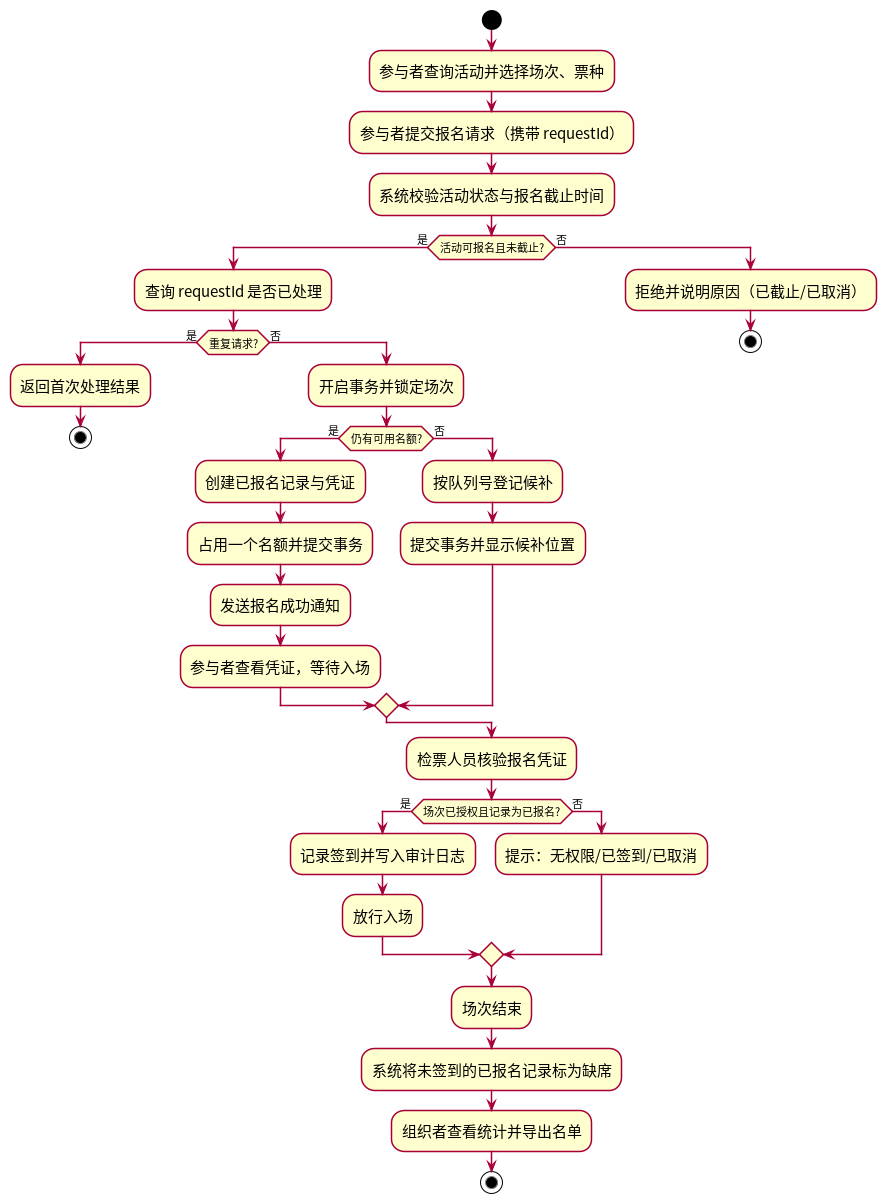
The PlantUML diagram UML/UML活动图.png in kkksc114/Software_Engineering_Lab, before a commit. Source of this version:
```plantuml
@startuml
skinparamlocked dpi 96
skinparam defaultFontName "Noto Sans CJK SC"
skinparam activityFontSize 15
skinparam shadowing false

start
:参与者查询活动并选择场次、票种;
:参与者提交报名请求（携带 requestId）;
:系统校验活动状态与报名截止时间;
if (活动可报名且未截止?) then (是)
  :查询 requestId 是否已处理;
  if (重复请求?) then (是)
    :返回首次处理结果;
    stop
  else (否)
    :开启事务并锁定场次;
    if (仍有可用名额?) then (是)
      :创建已报名记录与凭证;
      :占用一个名额并提交事务;
      :发送报名成功通知;
      :参与者查看凭证，等待入场;
    else (否)
      :按队列号登记候补;
      :提交事务并显示候补位置;
    endif
  endif
else (否)
  :拒绝并说明原因（已截止/已取消）;
  stop
endif
:检票人员核验报名凭证;
if (场次已授权且记录为已报名?) then (是)
  :记录签到并写入审计日志;
  :放行入场;
else (否)
  :提示：无权限/已签到/已取消;
endif
:场次结束;
:系统将未签到的已报名记录标为缺席;
:组织者查看统计并导出名单;
stop
@enduml
```
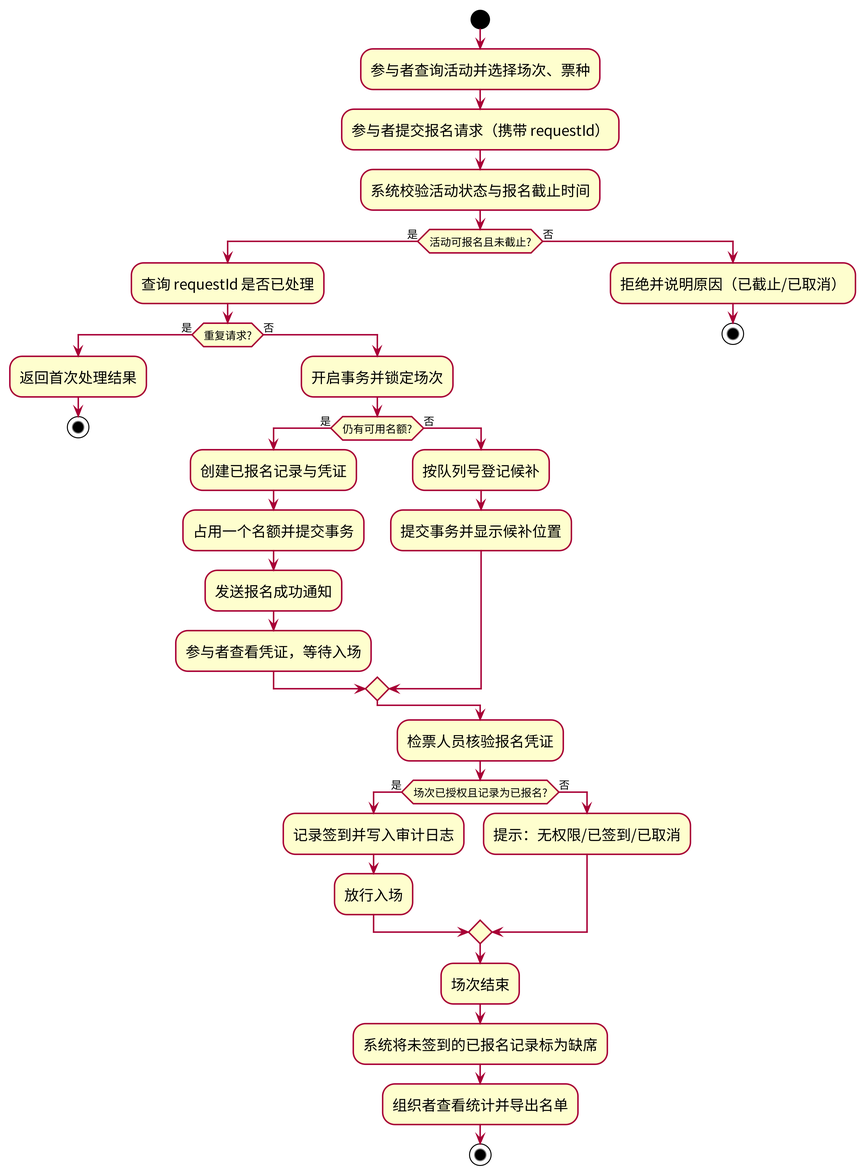
The same diagram one commit later.

Diff of the diagram source:
```diff
@@ -1,5 +1,5 @@
 @startuml
-skinparamlocked dpi 96
+skinparamlocked dpi 300
 skinparam defaultFontName "Noto Sans CJK SC"
 skinparam activityFontSize 15
 skinparam shadowing false
```
